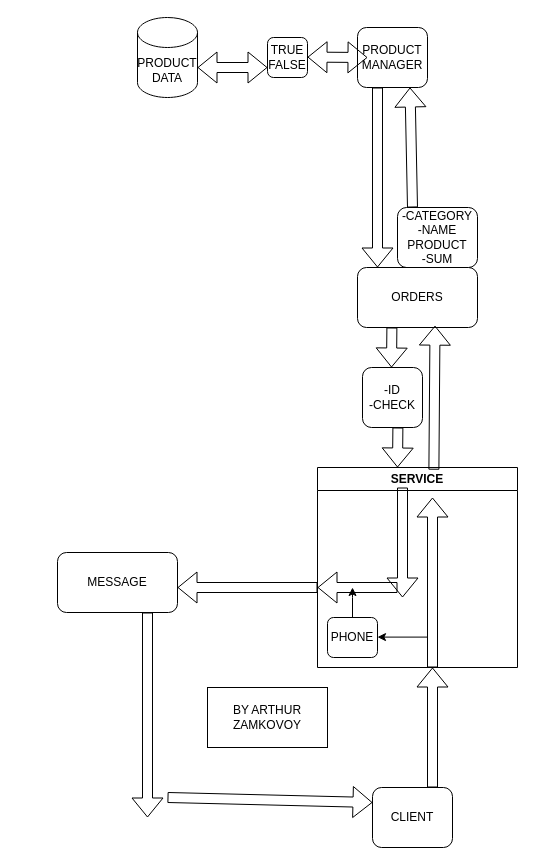
Earlier version of the draw.io diagram InternetShope.drawio (uninaniso/C-Sharp). Source tidied: cells renumbered, new cells numbered last; positions are measured from the earlier drawing's top-left corner, leaving out a move shared by most shapes. Both pictures are drawn from the tidied source at 100%, with x=0, y=0 at pixel (57, 17).
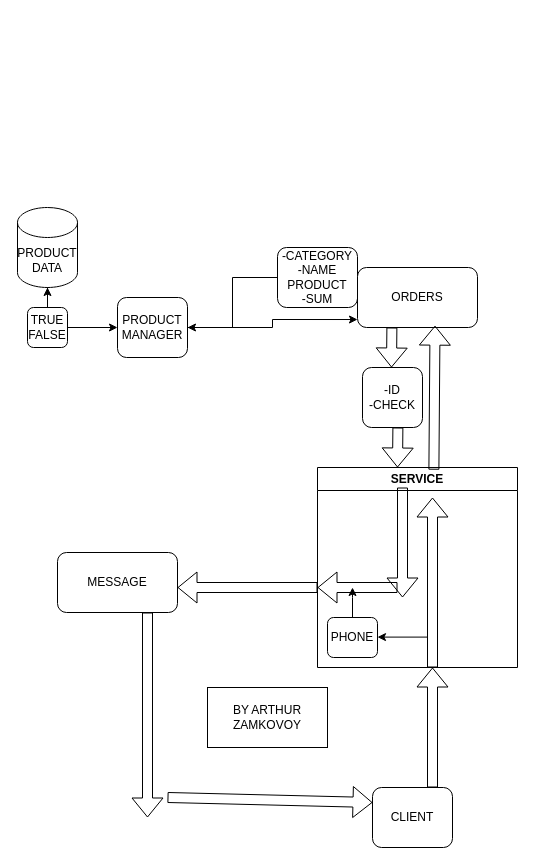
The same diagram, later.

The change refers to these unchanged cells:
```xml
<mxCell id="19" value="ORDERS" style="rounded=1;whiteSpace=wrap;html=1;" parent="1" vertex="1">
  <mxGeometry x="300" y="250" width="120" height="60" as="geometry" />
</mxCell>
```

Change to the diagram source:
```diff
@@
     <mxCell id="2" value="PRODUCT&lt;div&gt;DATA&lt;/div&gt;" style="shape=cylinder3;whiteSpace=wrap;html=1;boundedLbl=1;backgroundOutline=1;size=15;" parent="1" vertex="1">
-      <mxGeometry x="80" width="60" height="80" as="geometry" />
+      <mxGeometry x="-40" y="190" width="60" height="80" as="geometry" />
     </mxCell>
     <mxCell id="3" value="PRODUCT MANAGER" style="rounded=1;whiteSpace=wrap;html=1;" parent="1" vertex="1">
-      <mxGeometry x="300" y="10" width="70" height="60" as="geometry" />
+      <mxGeometry x="60" y="280" width="70" height="60" as="geometry" />
     </mxCell>
@@
+    <mxCell id="29" style="edgeStyle=orthogonalEdgeStyle;rounded=0;jettySize=auto;html=1;" parent="1" edge="1" source="5" target="3">
+      <mxGeometry relative="1" as="geometry" />
+    </mxCell>
+    <mxCell id="30" style="edgeStyle=orthogonalEdgeStyle;rounded=0;jettySize=auto;html=1;exitX=0.5;exitY=0;exitDx=0;exitDy=0;" parent="1" edge="1" source="5" target="2">
+      <mxGeometry relative="1" as="geometry" />
+    </mxCell>
     <mxCell id="5" value="TRUE&lt;div&gt;FALSE&lt;/div&gt;" style="rounded=1;whiteSpace=wrap;html=1;" parent="1" vertex="1">
-      <mxGeometry x="210" y="20" width="40" height="40" as="geometry" />
+      <mxGeometry x="-30" y="290" width="40" height="40" as="geometry" />
     </mxCell>
-    <mxCell id="6" style="shape=flexArrow;endArrow=classic;startArrow=classic;html=1;rounded=0;" parent="1" edge="1">
-      <mxGeometry relative="1" as="geometry">
-        <mxPoint x="250" y="39.6" as="sourcePoint" />
-        <mxPoint x="310" y="40" as="targetPoint" />
-      </mxGeometry>
-    </mxCell>
-    <mxCell id="7" style="shape=flexArrow;endArrow=classic;startArrow=classic;html=1;rounded=0;entryX=0;entryY=0.75;entryDx=0;entryDy=0;" parent="1" edge="1" target="5">
-      <mxGeometry relative="1" as="geometry">
-        <mxPoint x="140" y="50" as="sourcePoint" />
-      </mxGeometry>
-    </mxCell>
@@
+    <mxCell id="31" style="edgeStyle=orthogonalEdgeStyle;rounded=0;jettySize=auto;html=1;entryX=1;entryY=0.5;entryDx=0;entryDy=0;" parent="1" edge="1" source="16" target="3">
+      <mxGeometry relative="1" as="geometry" />
+    </mxCell>
     <mxCell id="16" value="-CATEGORY&lt;div&gt;-NAME PRODUCT&lt;/div&gt;&lt;div&gt;-SUM&lt;/div&gt;" style="rounded=1;whiteSpace=wrap;html=1;" parent="1" vertex="1">
-      <mxGeometry x="340" y="190" width="80" height="60" as="geometry" />
+      <mxGeometry x="220" y="230" width="80" height="60" as="geometry" />
     </mxCell>
-    <mxCell id="17" style="shape=flexArrow;endArrow=classic;html=1;rounded=0;entryX=0.75;entryY=1;entryDx=0;entryDy=0;" parent="1" edge="1" target="3">
-      <mxGeometry relative="1" as="geometry">
-        <mxPoint x="355" y="190" as="sourcePoint" />
-      </mxGeometry>
-    </mxCell>
-    <mxCell id="18" style="shape=flexArrow;endArrow=classic;html=1;rounded=0;" parent="1" edge="1">
-      <mxGeometry relative="1" as="geometry">
-        <mxPoint x="320" y="70" as="sourcePoint" />
-        <mxPoint x="320" y="250" as="targetPoint" />
-      </mxGeometry>
-    </mxCell>
@@
+    <mxCell id="32" style="edgeStyle=orthogonalEdgeStyle;rounded=0;jettySize=auto;html=1;entryX=0;entryY=0.867;entryDx=0;entryDy=0;entryPerimeter=0;" parent="1" edge="1" source="3" target="19">
+      <mxGeometry relative="1" as="geometry" />
+    </mxCell>
```
